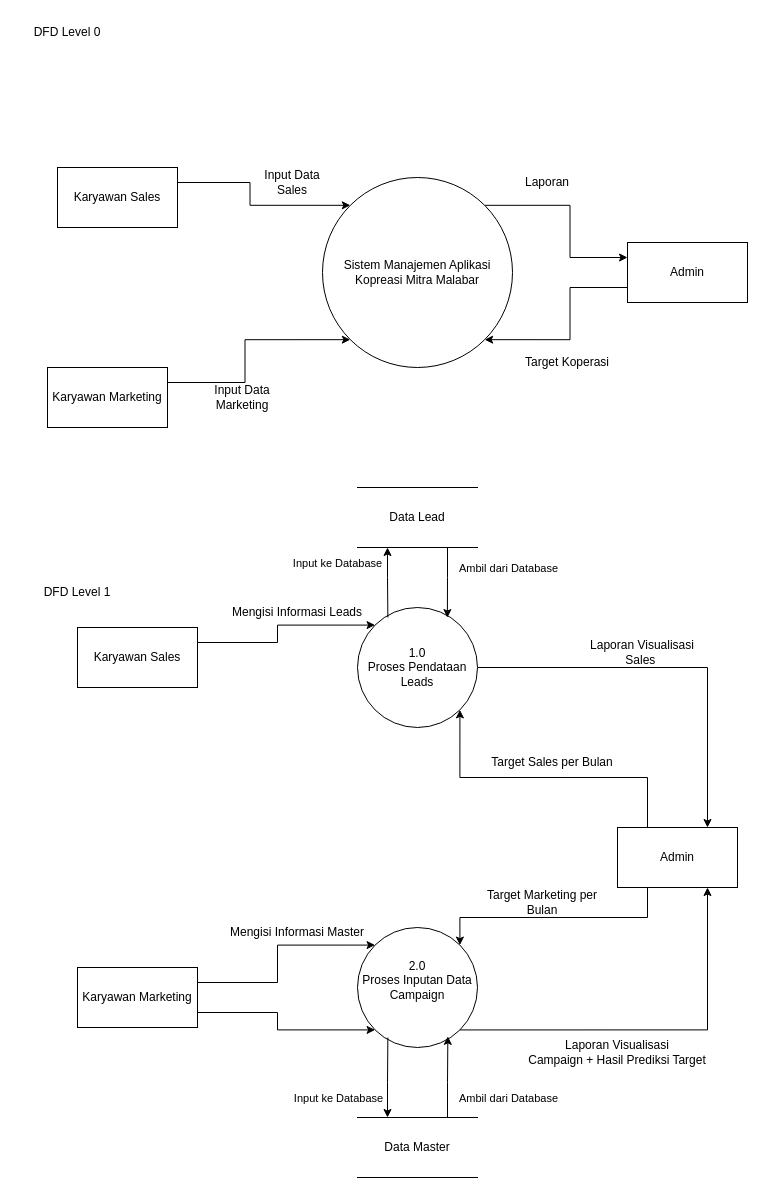
NararyaPutra/Dokumentasi_Project-Koperasi-Mitra-Malabar keeps this draw.io diagram as DFD_Koperasi Mitra Malabar.drawio.xml. Above is the earlier version. Source tidied: cells renumbered, new cells numbered last; positions are measured from the earlier drawing's top-left corner, leaving out a move shared by most shapes. Both pictures are drawn from the tidied source at 100%, with x=0, y=0 at pixel (17, 17).
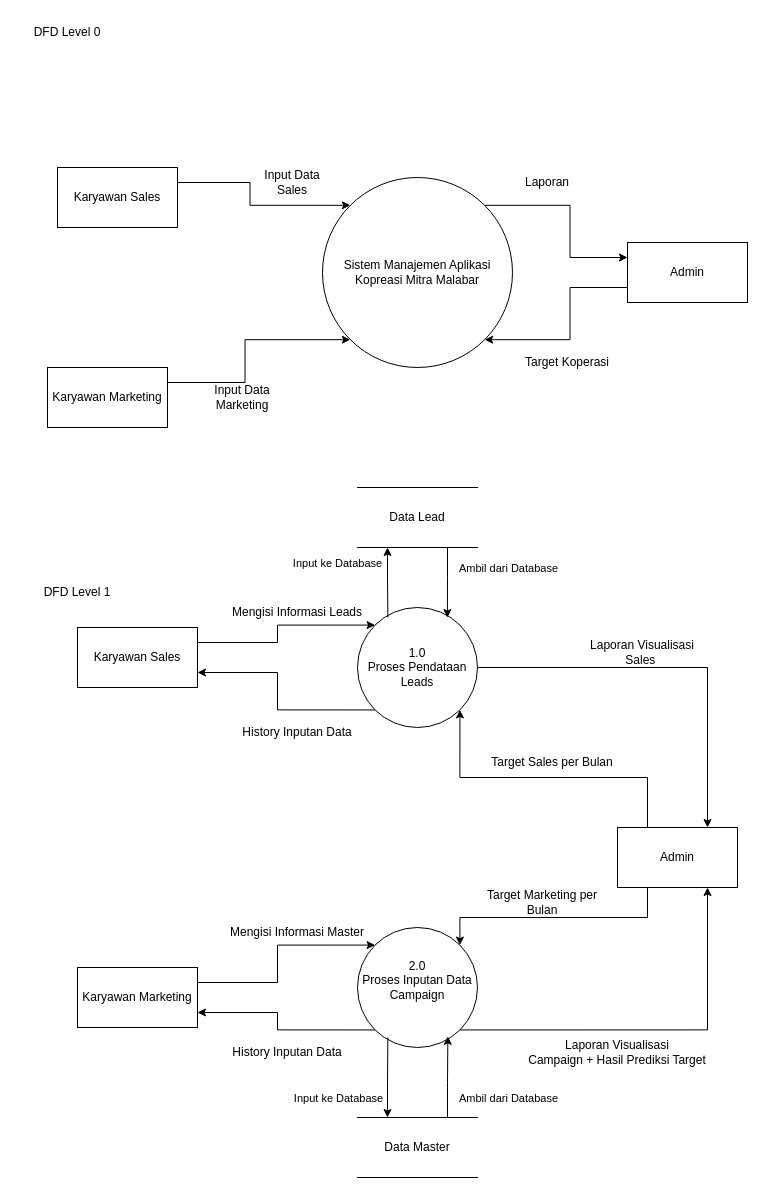
The same diagram, later.

The change refers to these unchanged cells:
```xml
<mxCell id="9" value="Karyawan Sales" style="rounded=0;whiteSpace=wrap;html=1;" parent="1" vertex="1">
  <mxGeometry x="60" y="610" width="120" height="60" as="geometry" />
</mxCell>
<mxCell id="14" value="Karyawan Marketing" style="rounded=0;whiteSpace=wrap;html=1;" parent="1" vertex="1">
  <mxGeometry x="60" y="950" width="120" height="60" as="geometry" />
</mxCell>
<mxCell id="16" value="1.0&lt;div&gt;Proses Pendataan&lt;/div&gt;&lt;div&gt;Leads&lt;/div&gt;" style="ellipse;whiteSpace=wrap;html=1;" parent="1" vertex="1">
  <mxGeometry x="340" y="590" width="120" height="120" as="geometry" />
</mxCell>
<mxCell id="18" value="2.0&lt;div&gt;Proses Inputan Data Campaign&lt;/div&gt;&lt;div&gt;&lt;br&gt;&lt;/div&gt;" style="ellipse;whiteSpace=wrap;html=1;" parent="1" vertex="1">
  <mxGeometry x="340" y="910" width="120" height="120" as="geometry" />
</mxCell>
```

Diff of the diagram source:
```diff
@@
+    <mxCell id="44" style="edgeStyle=orthogonalEdgeStyle;rounded=0;jettySize=auto;html=1;exitX=1;exitY=0.75;exitDx=0;exitDy=0;entryX=0;entryY=1;entryDx=0;entryDy=0;startArrow=classic;startFill=1;endArrow=none;endFill=0;" parent="1" edge="1" source="9" target="16">
+      <mxGeometry relative="1" as="geometry" />
+    </mxCell>
@@
-    <mxCell id="13" style="edgeStyle=orthogonalEdgeStyle;rounded=0;jettySize=auto;html=1;exitX=1;exitY=0.75;exitDx=0;exitDy=0;entryX=0;entryY=1;entryDx=0;entryDy=0;" parent="1" edge="1" source="14" target="18">
+    <mxCell id="13" style="edgeStyle=orthogonalEdgeStyle;rounded=0;jettySize=auto;html=1;exitX=1;exitY=0.75;exitDx=0;exitDy=0;entryX=0;entryY=1;entryDx=0;entryDy=0;startArrow=classic;startFill=1;endArrow=none;endFill=0;" parent="1" edge="1" source="14" target="18">
       <mxGeometry relative="1" as="geometry" />
     </mxCell>
@@
+    <mxCell id="45" value="History Inputan Data" style="text;html=1;whiteSpace=wrap;strokeColor=none;fillColor=none;align=center;verticalAlign=middle;rounded=0;" parent="1" vertex="1">
+      <mxGeometry x="210" y="700" width="140" height="30" as="geometry" />
+    </mxCell>
+    <mxCell id="46" value="History Inputan Data" style="text;html=1;whiteSpace=wrap;strokeColor=none;fillColor=none;align=center;verticalAlign=middle;rounded=0;" parent="1" vertex="1">
+      <mxGeometry x="200" y="1020" width="140" height="30" as="geometry" />
+    </mxCell>
```
